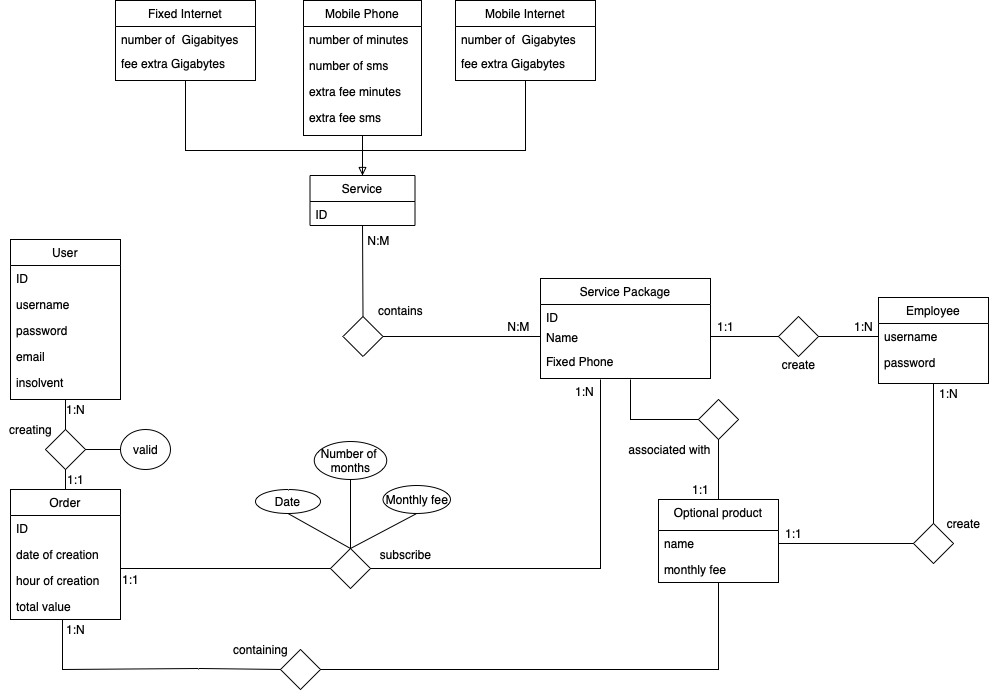
Earlier version of the draw.io export UML/TelcoServiceERD.png (marcozetaa/TelcoService). Source tidied: cells renumbered, new cells last; positions are measured from the earlier drawing's top-left corner, leaving out a move shared by most shapes.
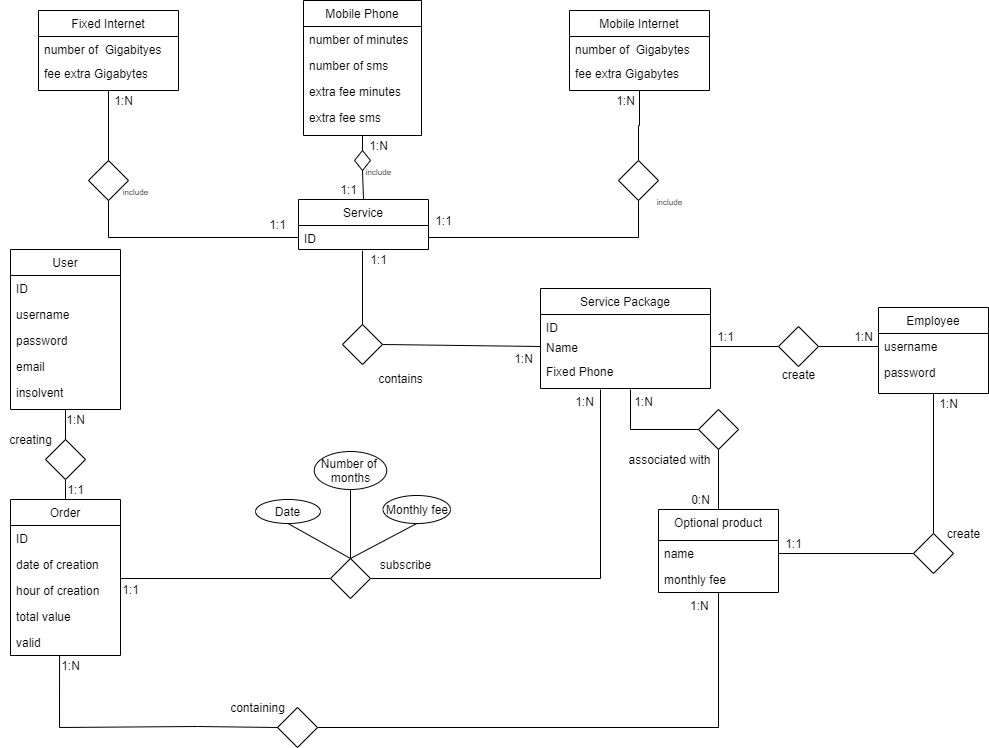
Later version of the same file.

Commit message:
Schema completed

Change to the diagram source:
```diff
@@ -20,8 +20,11 @@
     <mxCell id="7" value="insolvent" style="text;align=left;verticalAlign=top;spacingLeft=4;spacingRight=4;overflow=hidden;shadow=0;html=0;rounded=0;" parent="2" vertex="1">
       <mxGeometry y="130" width="110" height="26" as="geometry" />
     </mxCell>
+    <mxCell id="89" style="edgeStyle=orthogonalEdgeStyle;rounded=0;jettySize=auto;html=1;entryX=1;entryY=0.5;entryDx=0;entryDy=0;endArrow=none;endFill=0;startArrow=none;" parent="1" edge="1" source="97" target="58">
+      <mxGeometry relative="1" as="geometry" />
+    </mxCell>
     <mxCell id="8" value="Mobile Internet" style="swimlane;fontStyle=0;align=center;verticalAlign=top;horizontal=1;startSize=26;shadow=0;strokeWidth=1;rounded=0;" parent="1" vertex="1">
-      <mxGeometry x="455" width="140" height="80" as="geometry" />
+      <mxGeometry x="569" width="140" height="80" as="geometry" />
     </mxCell>
     <mxCell id="9" value="number of  Gigabytes" style="text;align=left;verticalAlign=top;spacingLeft=4;spacingRight=4;overflow=hidden;rounded=0;" parent="8" vertex="1">
       <mxGeometry y="26" width="140" height="24" as="geometry" />
@@ -29,8 +32,11 @@
     <mxCell id="10" value="fee extra Gigabytes" style="text;align=left;verticalAlign=top;spacingLeft=4;spacingRight=4;overflow=hidden;rounded=0;" parent="8" vertex="1">
       <mxGeometry y="50" width="140" height="20" as="geometry" />
     </mxCell>
+    <mxCell id="90" style="edgeStyle=orthogonalEdgeStyle;rounded=0;jettySize=auto;html=1;entryX=0;entryY=0.5;entryDx=0;entryDy=0;endArrow=none;endFill=0;startArrow=none;" parent="1" edge="1" source="95" target="58">
+      <mxGeometry relative="1" as="geometry" />
+    </mxCell>
     <mxCell id="11" value="Fixed Internet" style="swimlane;fontStyle=0;align=center;verticalAlign=top;horizontal=1;startSize=26;shadow=0;strokeWidth=1;rounded=0;" parent="1" vertex="1">
-      <mxGeometry x="115" width="140" height="80" as="geometry" />
+      <mxGeometry x="38" width="140" height="80" as="geometry" />
     </mxCell>
     <mxCell id="12" value="number of  Gigabityes" style="text;align=left;verticalAlign=top;spacingLeft=4;spacingRight=4;overflow=hidden;rounded=0;" parent="11" vertex="1">
       <mxGeometry y="26" width="140" height="24" as="geometry" />
@@ -51,7 +57,7 @@
       <mxGeometry y="31" width="120" height="26" as="geometry" />
     </mxCell>
     <mxCell id="18" value="monthly fee" style="text;align=left;verticalAlign=top;spacingLeft=4;spacingRight=4;overflow=hidden;shadow=0;html=0;rounded=0;" parent="16" vertex="1">
-      <mxGeometry y="57" width="120" height="26" as="geometry" />
+      <mxGeometry y="57" width="120" height="23" as="geometry" />
     </mxCell>
     <mxCell id="19" style="endArrow=none;html=1;entryX=0;entryY=0.5;entryDx=0;entryDy=0;exitX=0.75;exitY=1;exitDx=0;exitDy=0;rounded=0;" parent="1" edge="1" target="14">
       <mxGeometry relative="1" as="geometry">
@@ -62,7 +68,7 @@
       </mxGeometry>
     </mxCell>
     <mxCell id="20" value="Order" style="swimlane;fontStyle=0;align=center;verticalAlign=top;horizontal=1;startSize=26;shadow=0;strokeWidth=1;rounded=0;" parent="1" vertex="1">
-      <mxGeometry x="10" y="489" width="110" height="130" as="geometry" />
+      <mxGeometry x="10" y="489" width="110" height="156" as="geometry" />
     </mxCell>
     <mxCell id="21" value="ID" style="text;align=left;verticalAlign=top;spacingLeft=4;spacingRight=4;overflow=hidden;shadow=0;html=0;rounded=0;" parent="20" vertex="1">
       <mxGeometry y="26" width="110" height="26" as="geometry" />
@@ -76,25 +82,23 @@
     <mxCell id="24" value="total value" style="text;align=left;verticalAlign=top;spacingLeft=4;spacingRight=4;overflow=hidden;shadow=0;html=0;rounded=0;" parent="20" vertex="1">
       <mxGeometry y="104" width="110" height="26" as="geometry" />
     </mxCell>
+    <mxCell id="32" value="valid" style="text;align=left;verticalAlign=top;spacingLeft=4;spacingRight=4;overflow=hidden;points=[[0,0.5],[1,0.5]];portConstraint=eastwest;shadow=0;html=0;rounded=0;" parent="20" vertex="1">
+      <mxGeometry y="130" width="110" height="26" as="geometry" />
+    </mxCell>
+    <mxCell id="91" style="edgeStyle=orthogonalEdgeStyle;rounded=0;jettySize=auto;html=1;exitX=1;exitY=0.5;exitDx=0;exitDy=0;entryX=0.5;entryY=1;entryDx=0;entryDy=0;endArrow=none;endFill=0;" parent="1" edge="1" source="25" target="16">
+      <mxGeometry relative="1" as="geometry" />
+    </mxCell>
     <mxCell id="25" style="rhombus;whiteSpace=wrap;html=1;rounded=0;" parent="1" vertex="1">
-      <mxGeometry x="280" y="649" width="40" height="40" as="geometry" />
+      <mxGeometry x="277" y="697" width="40" height="40" as="geometry" />
     </mxCell>
-    <mxCell id="26" style="endArrow=none;html=1;entryX=0;entryY=0.5;entryDx=0;entryDy=0;rounded=0;" parent="1" edge="1" target="25">
+    <mxCell id="26" style="endArrow=none;html=1;entryX=0;entryY=0.5;entryDx=0;entryDy=0;rounded=0;exitX=0.446;exitY=1.02;exitDx=0;exitDy=0;exitPerimeter=0;" parent="1" edge="1" source="32" target="25">
       <mxGeometry relative="1" as="geometry">
-        <mxPoint x="62" y="619" as="sourcePoint" />
         <Array as="points">
-          <mxPoint x="62" y="669" />
-          <mxPoint x="200" y="668" />
+          <mxPoint x="59" y="717" />
+          <mxPoint x="197" y="716" />
         </Array>
       </mxGeometry>
     </mxCell>
-    <mxCell id="27" style="endArrow=none;html=1;entryX=1;entryY=0.5;entryDx=0;entryDy=0;exitX=0.5;exitY=1;exitDx=0;exitDy=0;rounded=0;" parent="1" edge="1" source="16" target="25">
-      <mxGeometry relative="1" as="geometry">
-        <Array as="points">
-          <mxPoint x="718" y="669" />
-        </Array>
-      </mxGeometry>
-    </mxCell>
     <mxCell id="28" style="endArrow=none;html=1;rounded=0;" parent="1" edge="1">
       <mxGeometry relative="1" as="geometry">
         <mxPoint x="120" y="568" as="sourcePoint" />
@@ -110,15 +114,6 @@
     <mxCell id="31" style="endArrow=none;html=1;entryX=0.5;entryY=0;entryDx=0;entryDy=0;exitX=0.5;exitY=1;exitDx=0;exitDy=0;rounded=0;" parent="1" edge="1" source="2" target="29">
       <mxGeometry relative="1" as="geometry" />
     </mxCell>
-    <mxCell id="32" value="valid" style="text;html=1;align=center;verticalAlign=middle;points=[];strokeColor=none;fillColor=none;rounded=0;" parent="1" vertex="1">
-      <mxGeometry x="125" y="439" width="40" height="20" as="geometry" />
-    </mxCell>
-    <mxCell id="33" style="ellipse;whiteSpace=wrap;html=1;shadow=0;fillColor=none;rounded=0;" parent="1" vertex="1">
-      <mxGeometry x="120" y="429" width="50" height="40" as="geometry" />
-    </mxCell>
-    <mxCell id="34" style="endArrow=none;html=1;entryX=1;entryY=0.5;entryDx=0;entryDy=0;exitX=0;exitY=0.5;exitDx=0;exitDy=0;rounded=0;" parent="1" edge="1" source="33" target="29">
-      <mxGeometry relative="1" as="geometry" />
-    </mxCell>
     <mxCell id="35" style="edgeStyle=none;jettySize=auto;html=1;exitX=0.5;exitY=1;exitDx=0;exitDy=0;entryX=0.5;entryY=0;entryDx=0;entryDy=0;endArrow=none;endFill=0;strokeColor=default;strokeWidth=1;rounded=0;" parent="1" edge="1" target="45">
       <mxGeometry relative="1" as="geometry">
         <mxPoint x="287.5" y="513" as="sourcePoint" />
@@ -128,7 +123,7 @@
       <mxGeometry y="419" width="60" height="20" as="geometry" />
     </mxCell>
     <mxCell id="37" value="containing" style="text;html=1;align=center;verticalAlign=middle;strokeColor=none;fillColor=none;rounded=0;" parent="1" vertex="1">
-      <mxGeometry x="225" y="639" width="70" height="20" as="geometry" />
+      <mxGeometry x="222" y="687" width="70" height="20" as="geometry" />
     </mxCell>
     <mxCell id="38" value="associated with" style="text;html=1;align=center;verticalAlign=middle;strokeColor=none;fillColor=none;rounded=0;" parent="1" vertex="1">
       <mxGeometry x="619" y="439" width="100" height="20" as="geometry" />
@@ -143,9 +138,9 @@
       <mxGeometry x="115" y="569" width="30" height="20" as="geometry" />
     </mxCell>
     <mxCell id="42" value="1:N" style="text;html=1;align=center;verticalAlign=middle;strokeColor=none;fillColor=none;rounded=0;" parent="1" vertex="1">
-      <mxGeometry x="60" y="619" width="30" height="20" as="geometry" />
+      <mxGeometry x="55" y="645" width="30" height="20" as="geometry" />
     </mxCell>
-    <mxCell id="43" value="1:1" style="text;html=1;align=center;verticalAlign=middle;strokeColor=none;fillColor=none;rounded=0;" parent="1" vertex="1">
+    <mxCell id="43" value="0:N" style="text;html=1;align=center;verticalAlign=middle;strokeColor=none;fillColor=none;rounded=0;" parent="1" vertex="1">
       <mxGeometry x="685" y="479" width="30" height="20" as="geometry" />
     </mxCell>
     <mxCell id="44" style="edgeStyle=orthogonalEdgeStyle;jettySize=auto;html=1;exitX=1;exitY=0.5;exitDx=0;exitDy=0;entryX=0.5;entryY=1;entryDx=0;entryDy=0;strokeColor=default;strokeWidth=1;endArrow=none;endFill=0;rounded=0;" parent="1" edge="1" source="45">
@@ -177,40 +172,14 @@
     <mxCell id="52" value="1:N" style="text;html=1;align=center;verticalAlign=middle;strokeColor=none;fillColor=none;rounded=0;" parent="1" vertex="1">
       <mxGeometry x="569" y="381" width="30" height="20" as="geometry" />
     </mxCell>
-    <mxCell id="53" style="edgeStyle=none;orthogonalLoop=1;jettySize=auto;html=1;exitX=0.5;exitY=1;exitDx=0;exitDy=0;entryX=0.5;entryY=0;entryDx=0;entryDy=0;endArrow=none;endFill=0;strokeColor=default;strokeWidth=1;rounded=0;" parent="1" edge="1">
-      <mxGeometry relative="1" as="geometry">
-        <mxPoint x="362" y="225" as="sourcePoint" />
-        <mxPoint x="362.5" y="316" as="targetPoint" />
-      </mxGeometry>
-    </mxCell>
-    <mxCell id="54" style="edgeStyle=none;jettySize=auto;html=1;exitX=0.5;exitY=0;exitDx=0;exitDy=0;entryX=0.5;entryY=1;entryDx=0;entryDy=0;endArrow=none;endFill=0;strokeColor=default;strokeWidth=1;rounded=0;" parent="1" edge="1" source="57" target="69">
-      <mxGeometry relative="1" as="geometry">
-        <Array as="points">
-          <mxPoint x="362" y="160" />
-        </Array>
-      </mxGeometry>
+    <mxCell id="54" style="edgeStyle=none;jettySize=auto;html=1;exitX=0.5;exitY=0;exitDx=0;exitDy=0;entryX=0.5;entryY=1;entryDx=0;entryDy=0;endArrow=none;endFill=0;strokeColor=default;strokeWidth=1;rounded=0;startArrow=none;" parent="1" edge="1" source="101" target="69">
+      <mxGeometry relative="1" as="geometry" />
     </mxCell>
-    <mxCell id="55" style="edgeStyle=none;jettySize=auto;html=1;exitX=0.5;exitY=0;exitDx=0;exitDy=0;entryX=0.5;entryY=1;entryDx=0;entryDy=0;endArrow=none;endFill=0;strokeColor=default;strokeWidth=1;rounded=0;" parent="1" edge="1" source="57" target="8">
-      <mxGeometry relative="1" as="geometry">
-        <Array as="points">
-          <mxPoint x="362" y="150" />
-          <mxPoint x="525" y="150" />
-        </Array>
-      </mxGeometry>
-    </mxCell>
-    <mxCell id="56" style="edgeStyle=none;jettySize=auto;html=1;exitX=0.5;exitY=0;exitDx=0;exitDy=0;entryX=0.5;entryY=1;entryDx=0;entryDy=0;endArrow=none;endFill=0;strokeColor=default;strokeWidth=1;startArrow=block;startFill=0;rounded=0;" parent="1" edge="1" source="57" target="11">
-      <mxGeometry relative="1" as="geometry">
-        <Array as="points">
-          <mxPoint x="362" y="150" />
-          <mxPoint x="185" y="150" />
-        </Array>
-      </mxGeometry>
-    </mxCell>
     <mxCell id="57" value="Service" style="swimlane;fontStyle=0;align=center;verticalAlign=top;horizontal=1;startSize=26;shadow=0;strokeWidth=1;rounded=0;" parent="1" vertex="1">
-      <mxGeometry x="309.5" y="175" width="105" height="50" as="geometry" />
+      <mxGeometry x="298" y="189" width="130" height="50" as="geometry" />
     </mxCell>
     <mxCell id="58" value="ID" style="text;align=left;verticalAlign=top;spacingLeft=4;spacingRight=4;overflow=hidden;points=[[0,0.5],[1,0.5]];portConstraint=eastwest;rounded=0;" parent="57" vertex="1">
-      <mxGeometry y="26" width="105" height="24" as="geometry" />
+      <mxGeometry y="26" width="130" height="24" as="geometry" />
     </mxCell>
     <mxCell id="59" value="Service Package" style="swimlane;fontStyle=0;align=center;verticalAlign=top;horizontal=1;startSize=26;shadow=0;strokeWidth=1;rounded=0;" parent="1" vertex="1">
       <mxGeometry x="540" y="278" width="170" height="100" as="geometry" />
@@ -227,25 +196,25 @@
     <mxCell id="63" style="edgeStyle=none;jettySize=auto;html=1;exitX=1;exitY=0.5;exitDx=0;exitDy=0;entryX=0;entryY=0.5;entryDx=0;entryDy=0;endArrow=none;endFill=0;strokeColor=default;strokeWidth=1;rounded=0;" parent="1" edge="1" source="64" target="61">
       <mxGeometry relative="1" as="geometry" />
     </mxCell>
+    <mxCell id="92" style="edgeStyle=orthogonalEdgeStyle;rounded=0;jettySize=auto;html=1;endArrow=none;endFill=0;" parent="1" edge="1" source="64">
+      <mxGeometry relative="1" as="geometry">
+        <mxPoint x="362" y="240" as="targetPoint" />
+      </mxGeometry>
+    </mxCell>
     <mxCell id="64" style="rhombus;whiteSpace=wrap;html=1;rounded=0;" parent="1" vertex="1">
-      <mxGeometry x="342.5" y="316" width="40" height="40" as="geometry" />
+      <mxGeometry x="342" y="314" width="40" height="40" as="geometry" />
     </mxCell>
     <mxCell id="65" value="contains" style="text;html=1;align=center;verticalAlign=middle;strokeColor=none;fillColor=none;rounded=0;" parent="1" vertex="1">
-      <mxGeometry x="370" y="300" width="60" height="20" as="geometry" />
+      <mxGeometry x="370" y="358" width="60" height="20" as="geometry" />
     </mxCell>
-    <mxCell id="66" value="N:M" style="text;html=1;align=center;verticalAlign=middle;strokeColor=none;fillColor=none;rounded=0;" parent="1" vertex="1">
-      <mxGeometry x="498" y="316" width="40" height="20" as="geometry" />
+    <mxCell id="66" value="1:N" style="text;html=1;align=center;verticalAlign=middle;strokeColor=none;fillColor=none;rounded=0;" parent="1" vertex="1">
+      <mxGeometry x="508" y="338" width="30" height="20" as="geometry" />
     </mxCell>
-    <mxCell id="67" style="edgeStyle=none;jettySize=auto;html=1;endArrow=none;endFill=0;strokeColor=default;strokeWidth=1;rounded=0;" parent="1" edge="1" target="58">
-      <mxGeometry relative="1" as="geometry">
-        <mxPoint x="370.2" y="225" as="sourcePoint" />
-      </mxGeometry>
-    </mxCell>
-    <mxCell id="68" value="N:M" style="text;html=1;align=center;verticalAlign=middle;strokeColor=none;fillColor=none;rounded=0;" parent="1" vertex="1">
-      <mxGeometry x="358" y="230" width="40" height="20" as="geometry" />
+    <mxCell id="68" value="1:1" style="text;html=1;align=center;verticalAlign=middle;strokeColor=none;fillColor=none;rounded=0;" parent="1" vertex="1">
+      <mxGeometry x="363" y="239" width="30" height="20" as="geometry" />
     </mxCell>
     <mxCell id="69" value="Mobile Phone" style="swimlane;fontStyle=0;align=center;verticalAlign=top;horizontal=1;startSize=26;shadow=0;strokeWidth=1;rounded=0;" parent="1" vertex="1">
-      <mxGeometry x="303" width="118" height="135" as="geometry" />
+      <mxGeometry x="303" y="-10" width="118" height="135" as="geometry" />
     </mxCell>
     <mxCell id="70" value="number of minutes" style="text;align=left;verticalAlign=top;spacingLeft=4;spacingRight=4;overflow=hidden;shadow=0;html=0;rounded=0;" parent="69" vertex="1">
       <mxGeometry y="26" width="118" height="26" as="geometry" />
@@ -304,5 +273,60 @@
     <mxCell id="88" value="1:1" style="text;html=1;align=center;verticalAlign=middle;strokeColor=none;fillColor=none;rounded=0;" parent="1" vertex="1">
       <mxGeometry x="778" y="523" width="30" height="20" as="geometry" />
     </mxCell>
+    <mxCell id="93" value="1:N" style="text;html=1;align=center;verticalAlign=middle;strokeColor=none;fillColor=none;rounded=0;" parent="1" vertex="1">
+      <mxGeometry x="628" y="381" width="30" height="20" as="geometry" />
+    </mxCell>
+    <mxCell id="94" value="&lt;span style=&quot;color: rgb(0, 0, 0); font-family: helvetica; font-size: 12px; font-style: normal; font-weight: 400; letter-spacing: normal; text-align: center; text-indent: 0px; text-transform: none; word-spacing: 0px; background-color: rgb(248, 249, 250); display: inline; float: none;&quot;&gt;1:N&lt;/span&gt;" style="text;whiteSpace=wrap;html=1;" parent="1" vertex="1">
+      <mxGeometry x="688" y="582" width="40" height="30" as="geometry" />
+    </mxCell>
+    <mxCell id="95" style="rhombus;whiteSpace=wrap;html=1;rounded=0;" parent="1" vertex="1">
+      <mxGeometry x="88" y="150" width="40" height="40" as="geometry" />
+    </mxCell>
+    <mxCell id="96" style="edgeStyle=orthogonalEdgeStyle;rounded=0;jettySize=auto;html=1;entryX=0.5;entryY=0;entryDx=0;entryDy=0;endArrow=none;endFill=0;" parent="1" edge="1" source="11" target="95">
+      <mxGeometry relative="1" as="geometry" />
+    </mxCell>
+    <mxCell id="97" style="rhombus;whiteSpace=wrap;html=1;rounded=0;" parent="1" vertex="1">
+      <mxGeometry x="618" y="150" width="40" height="40" as="geometry" />
+    </mxCell>
+    <mxCell id="98" style="edgeStyle=orthogonalEdgeStyle;rounded=0;jettySize=auto;html=1;entryX=0.5;entryY=0;entryDx=0;entryDy=0;endArrow=none;endFill=0;" parent="1" edge="1" source="8" target="97">
+      <mxGeometry relative="1" as="geometry" />
+    </mxCell>
+    <mxCell id="99" value="&lt;font style=&quot;font-size: 8px&quot;&gt;include&lt;/font&gt;" style="text;html=1;align=center;verticalAlign=middle;strokeColor=none;fillColor=none;" parent="1" vertex="1">
+      <mxGeometry x="115" y="170" width="40" height="20" as="geometry" />
+    </mxCell>
+    <mxCell id="100" value="&lt;font style=&quot;font-size: 8px&quot;&gt;include&lt;/font&gt;" style="text;html=1;align=center;verticalAlign=middle;strokeColor=none;fillColor=none;" parent="1" vertex="1">
+      <mxGeometry x="649" y="180" width="40" height="20" as="geometry" />
+    </mxCell>
+    <mxCell id="101" style="rhombus;whiteSpace=wrap;html=1;rounded=0;" parent="1" vertex="1">
+      <mxGeometry x="354" y="140" width="16" height="20" as="geometry" />
+    </mxCell>
+    <mxCell id="102" style="edgeStyle=none;jettySize=auto;html=1;exitX=0.5;exitY=0;exitDx=0;exitDy=0;entryX=0.5;entryY=1;entryDx=0;entryDy=0;endArrow=none;endFill=0;strokeColor=default;strokeWidth=1;rounded=0;" parent="1" edge="1" source="57" target="101">
+      <mxGeometry relative="1" as="geometry">
+        <Array as="points">
+          <mxPoint x="362" y="160" />
+        </Array>
+      </mxGeometry>
+    </mxCell>
+    <mxCell id="103" value="&lt;font style=&quot;font-size: 8px&quot;&gt;include&lt;/font&gt;" style="text;html=1;align=center;verticalAlign=middle;strokeColor=none;fillColor=none;" parent="1" vertex="1">
+      <mxGeometry x="358" y="150" width="40" height="20" as="geometry" />
+    </mxCell>
+    <mxCell id="104" value="1:1" style="text;html=1;align=center;verticalAlign=middle;strokeColor=none;fillColor=none;rounded=0;" parent="1" vertex="1">
+      <mxGeometry x="262" y="204" width="30" height="20" as="geometry" />
+    </mxCell>
+    <mxCell id="105" value="1:1" style="text;html=1;align=center;verticalAlign=middle;strokeColor=none;fillColor=none;rounded=0;" parent="1" vertex="1">
+      <mxGeometry x="428" y="200" width="30" height="20" as="geometry" />
+    </mxCell>
+    <mxCell id="106" value="1:1" style="text;html=1;align=center;verticalAlign=middle;strokeColor=none;fillColor=none;rounded=0;" parent="1" vertex="1">
+      <mxGeometry x="333" y="169" width="30" height="20" as="geometry" />
+    </mxCell>
+    <mxCell id="107" value="1:N" style="text;html=1;align=center;verticalAlign=middle;strokeColor=none;fillColor=none;rounded=0;" parent="1" vertex="1">
+      <mxGeometry x="108" y="80" width="30" height="20" as="geometry" />
+    </mxCell>
+    <mxCell id="108" value="1:N" style="text;html=1;align=center;verticalAlign=middle;strokeColor=none;fillColor=none;rounded=0;" parent="1" vertex="1">
+      <mxGeometry x="363" y="125" width="30" height="20" as="geometry" />
+    </mxCell>
+    <mxCell id="109" value="1:N" style="text;html=1;align=center;verticalAlign=middle;strokeColor=none;fillColor=none;rounded=0;" parent="1" vertex="1">
+      <mxGeometry x="610" y="80" width="30" height="20" as="geometry" />
+    </mxCell>
   </root>
 </mxGraphModel>
```
